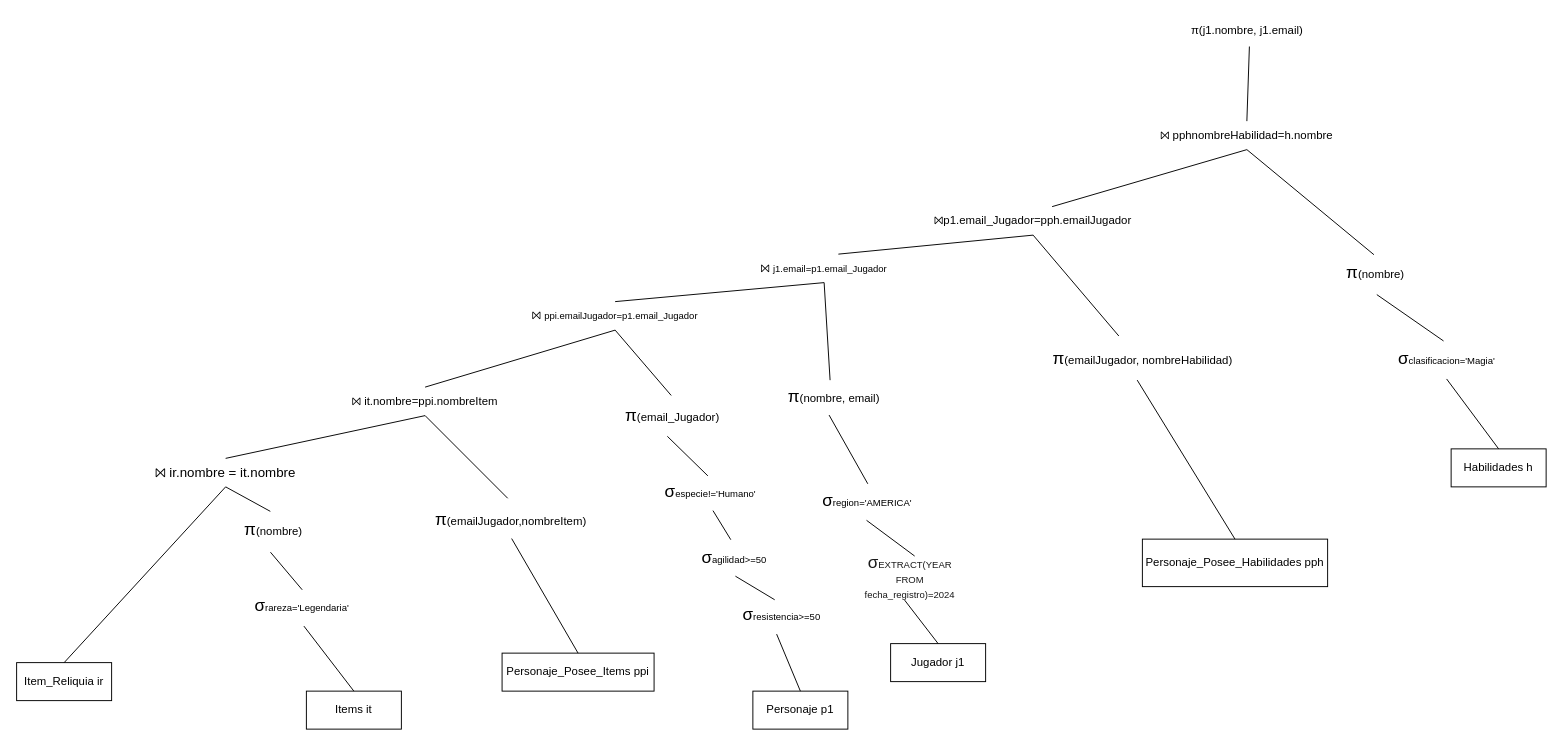
This is SCRIPTS/Parte3/Parte 3.4.drawio from MartinAlonsoo/Obligatorio1BD2, a draw.io file, before an edit. Source tidied: cells renumbered, new cells numbered last; positions are measured from the earlier drawing's top-left corner, leaving out a move shared by most shapes. Both pictures are drawn from the tidied source at 95%, with x=0, y=0 at pixel (16, 16).
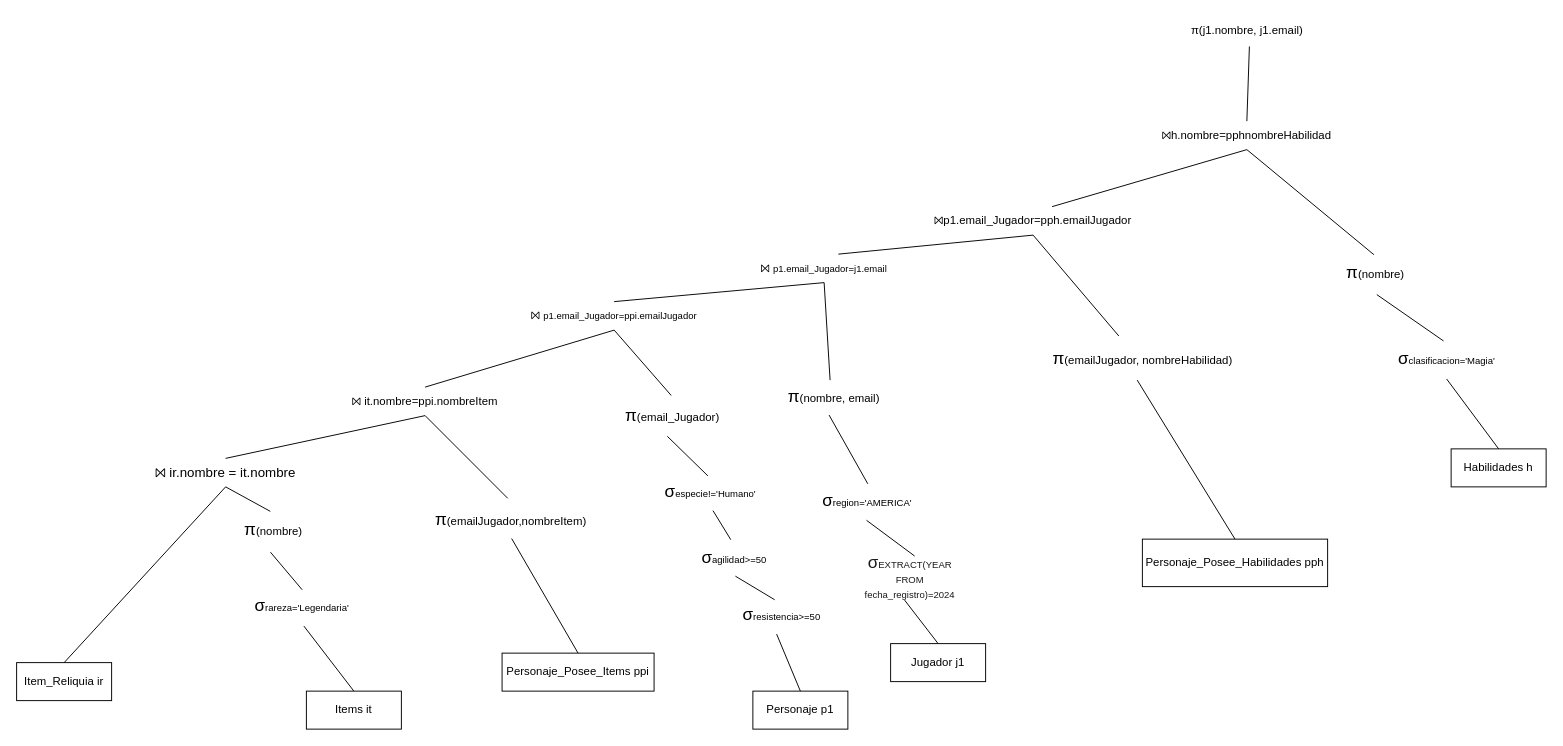
The same diagram, later.

Change to the diagram source:
```diff
@@
-    <mxCell id="9" value="⨝&amp;nbsp;&lt;font size=&quot;1&quot;&gt;j1.email=p1.email_Jugador&lt;/font&gt;" style="text;html=1;align=center;verticalAlign=middle;whiteSpace=wrap;rounded=0;" parent="1" vertex="1">
+    <mxCell id="9" value="⨝&amp;nbsp;&lt;span style=&quot;font-size: x-small;&quot;&gt;p1.email_Jugador&lt;/span&gt;&lt;font size=&quot;1&quot;&gt;=&lt;/font&gt;&lt;span style=&quot;font-size: x-small;&quot;&gt;j1.email&lt;/span&gt;" style="text;html=1;align=center;verticalAlign=middle;whiteSpace=wrap;rounded=0;" parent="1" vertex="1">
       <mxGeometry x="820" y="250" width="60" height="30" as="geometry" />
     </mxCell>
@@
-    <mxCell id="13" value="⨝ pphnombreHabilidad=h.nombre" style="text;html=1;align=center;verticalAlign=middle;whiteSpace=wrap;rounded=0;" parent="1" vertex="1">
+    <mxCell id="13" value="⨝h.nombre=pphnombreHabilidad" style="text;html=1;align=center;verticalAlign=middle;whiteSpace=wrap;rounded=0;" parent="1" vertex="1">
       <mxGeometry x="1200" y="110" width="190" height="30" as="geometry" />
     </mxCell>
@@
-    <mxCell id="49" value="⨝&amp;nbsp;&lt;font size=&quot;1&quot;&gt;ppi.emailJugador=p1.email_Jugador&lt;/font&gt;" style="text;html=1;align=center;verticalAlign=middle;whiteSpace=wrap;rounded=0;" parent="1" vertex="1">
-      <mxGeometry x="560" y="300" width="140" height="30" as="geometry" />
+    <mxCell id="49" value="⨝&amp;nbsp;&lt;span style=&quot;font-size: x-small;&quot;&gt;p1.email_Jugador&lt;/span&gt;&lt;font size=&quot;1&quot;&gt;=&lt;/font&gt;&lt;span style=&quot;font-size: x-small;&quot;&gt;ppi.emailJugador&lt;/span&gt;" style="text;html=1;align=center;verticalAlign=middle;whiteSpace=wrap;rounded=0;" parent="1" vertex="1">
+      <mxGeometry x="559" y="300" width="140" height="30" as="geometry" />
     </mxCell>
```
